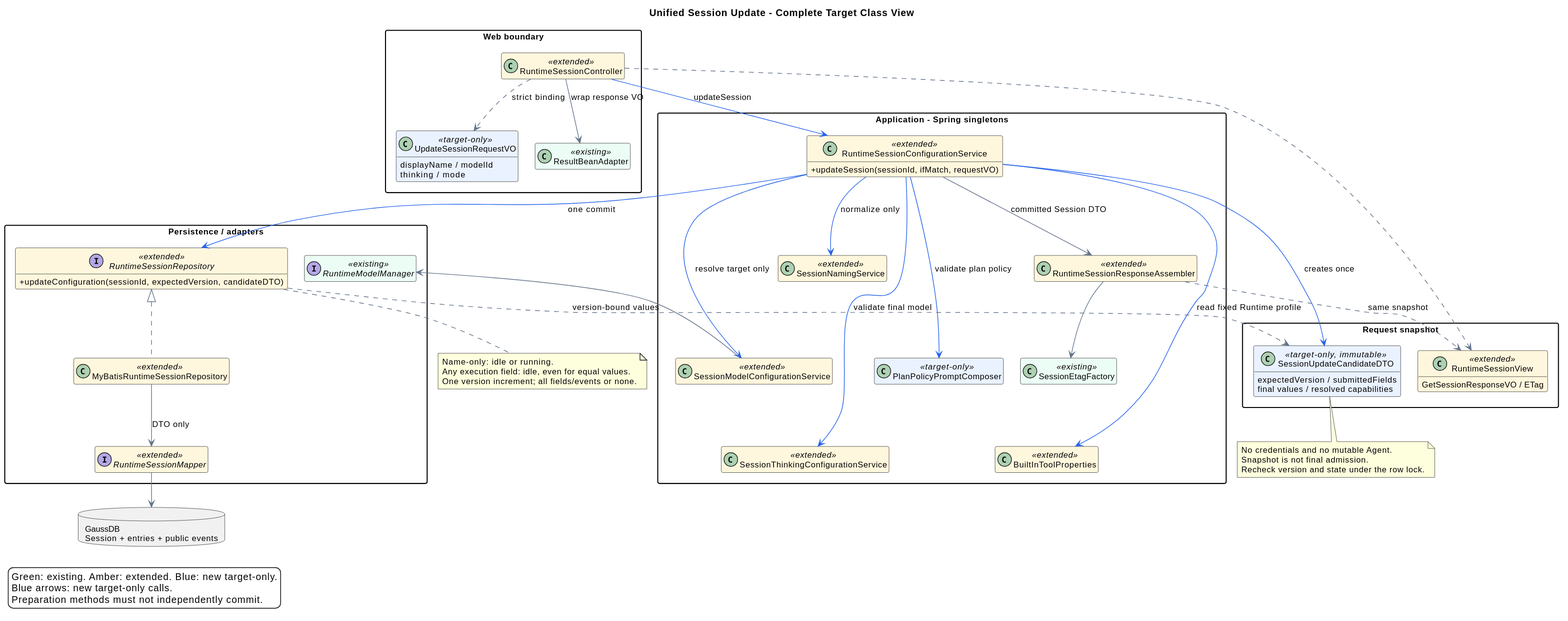
ssm0808/pi-mono-java-design keeps this PlantUML diagram as 01-总体架构/01-CampusClaw多Agent运行时/设计图/会话配置/http_session_update_classes.svg. Above is the earlier version.
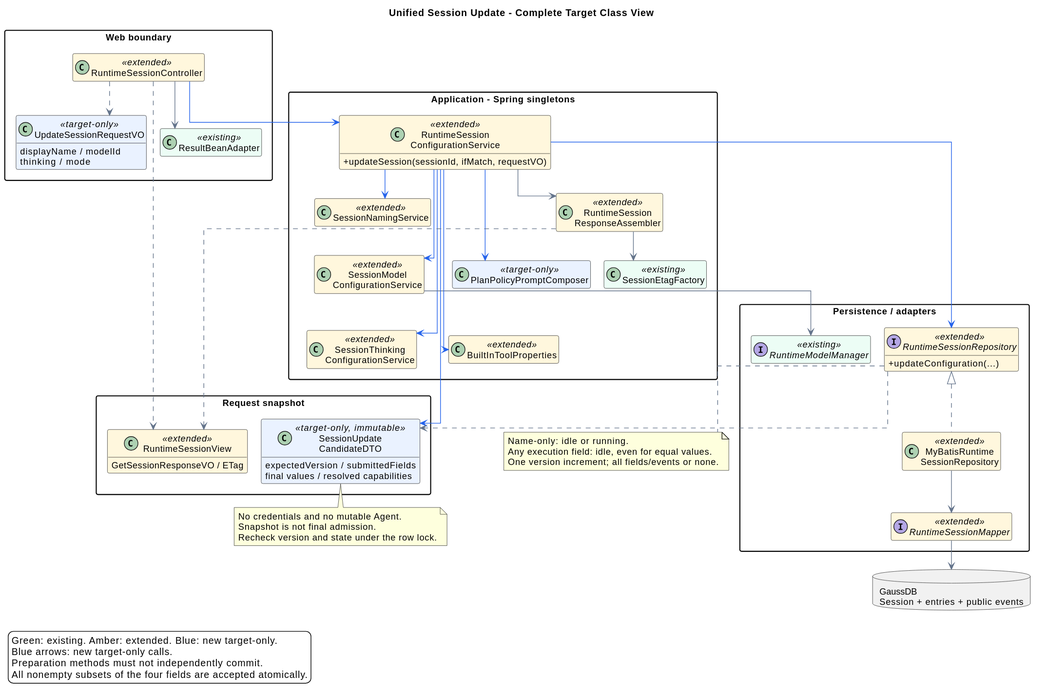
Later version of the same file.

Change to the diagram source:
```diff
@@ -4,14 +4,15 @@
 allowmixing
 skinparam backgroundColor #FFFFFF
 skinparam defaultFontName SansSerif
-skinparam defaultFontSize 12
+skinparam defaultFontSize 13
 skinparam shadowing false
 skinparam classAttributeIconSize 0
 skinparam packageStyle rectangle
 skinparam packageTitleAlignment left
-skinparam nodesep 25
+skinparam nodesep 20
 skinparam ranksep 35
 skinparam ArrowColor #64748B
+skinparam linetype ortho
 hide empty members
 
 package "Web boundary" as WebLayer {
@@ -23,19 +24,19 @@
   class "ResultBeanAdapter" as Result <<existing>> #ECFDF5
 }
 package "Application - Spring singletons" as AppLayer {
-  class "RuntimeSessionConfigurationService" as App <<extended>> #FFF7DD {
+  class "RuntimeSession\nConfigurationService" as App <<extended>> #FFF7DD {
     +updateSession(sessionId, ifMatch, requestVO)
   }
   class "SessionNamingService" as Name <<extended>> #FFF7DD
-  class "SessionModelConfigurationService" as Model <<extended>> #FFF7DD
-  class "SessionThinkingConfigurationService" as Thinking <<extended>> #FFF7DD
-  class "RuntimeSessionResponseAssembler" as Assembler <<extended>> #FFF7DD
+  class "SessionModel\nConfigurationService" as Model <<extended>> #FFF7DD
+  class "SessionThinking\nConfigurationService" as Thinking <<extended>> #FFF7DD
+  class "RuntimeSession\nResponseAssembler" as Assembler <<extended>> #FFF7DD
   class "SessionEtagFactory" as Etag <<existing>> #ECFDF5
   class "PlanPolicyPromptComposer" as Policy <<target-only>> #EAF2FF
   class "BuiltInToolProperties" as Profile <<extended>> #FFF7DD
 }
 package "Request snapshot" as RequestLayer {
-  class "SessionUpdateCandidateDTO" as Candidate <<target-only, immutable>> #EAF2FF {
+  class "SessionUpdate\nCandidateDTO" as Candidate <<target-only, immutable>> #EAF2FF {
     expectedVersion / submittedFields
     final values / resolved capabilities
   }
@@ -45,9 +46,9 @@
 }
 package "Persistence / adapters" as PersistenceLayer {
   interface "RuntimeSessionRepository" as Repo <<extended>> #FFF7DD {
-    +updateConfiguration(sessionId, expectedVersion, candidateDTO)
+    +updateConfiguration(...)
   }
-  class "MyBatisRuntimeSessionRepository" as Impl <<extended>> #FFF7DD
+  class "MyBatisRuntime\nSessionRepository" as Impl <<extended>> #FFF7DD
   interface "RuntimeSessionMapper" as Mapper <<extended>> #FFF7DD
   interface "RuntimeModelManager" as Models <<existing>> #ECFDF5
 }
@@ -56,24 +57,24 @@
 Model -[hidden]down- Thinking
 Assembler -[hidden]down- Policy
 Policy -[hidden]down- Profile
-API -[#2563EB]-> App : updateSession
-API ..> Request : strict binding
-API --> Result : wrap response VO
-App -[#2563EB]-> Name : normalize only
-App -[#2563EB]-> Model : resolve target only
-App -[#2563EB]-> Thinking : validate final model
+API -[#2563EB]down-> App
+API ..> Request
+API --> Result
+App -[#2563EB]-> Name
+App -[#2563EB]-> Model
+App -[#2563EB]-> Thinking
 Model --> Models
-App -[#2563EB]-> Policy : validate plan policy
-App -[#2563EB]-> Profile : read fixed Runtime profile
-App -[#2563EB]-> Candidate : creates once
-App -[#2563EB]left-> Repo : one commit
-Repo ..> Candidate : version-bound values
+App -[#2563EB]-> Policy
+App -[#2563EB]-> Profile
+App -[#2563EB]-> Candidate
+App -[#2563EB]down-> Repo
+Repo ..> Candidate
 Repo <|.. Impl
-Impl --> Mapper : DTO only
+Impl --> Mapper
 Mapper --> DB
-App --> Assembler : committed Session DTO
+App --> Assembler
 Assembler --> Etag
-Assembler ..> Response : same snapshot
+Assembler ..> Response
 API ..> Response
 note bottom of Candidate
   No credentials and no mutable Agent.
@@ -89,5 +90,6 @@
   Green: existing. Amber: extended. Blue: new target-only.
   Blue arrows: new target-only calls.
   Preparation methods must not independently commit.
+  All nonempty subsets of the four fields are accepted atomically.
 endlegend
 @enduml
```
